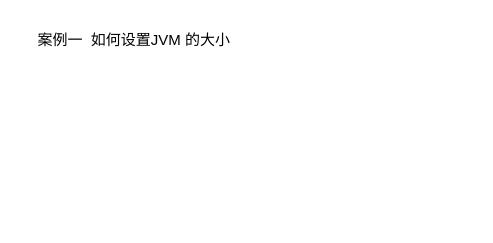
Earlier version of the draw.io diagram page "案例实战" (2 of 2) of JVM.drawio (topyuluo/photo-project). Source tidied: cells renumbered, new cells numbered last; positions are measured from the earlier drawing's top-left corner, leaving out a move shared by most shapes. Both pictures are drawn from the tidied source at 125%, with x=0, y=0 at pixel (21, 21).
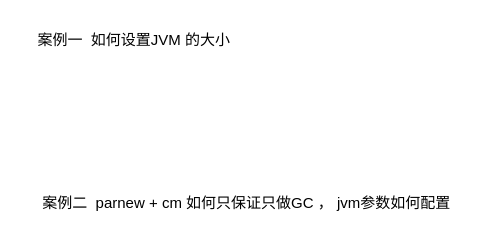
The same diagram, later.

Change to the diagram source:
```diff
@@
 <mxGraphModel>
   <root>
     <mxCell id="0" />
     <mxCell id="1" parent="0" />
     <mxCell id="2" value="案例一&amp;nbsp; 如何设置JVM 的大小" style="text;html=1;strokeColor=none;fillColor=none;align=center;verticalAlign=middle;whiteSpace=wrap;rounded=0;" parent="1" vertex="1">
       <mxGeometry width="180" height="30" as="geometry" />
     </mxCell>
+    <mxCell id="3" value="案例二&amp;nbsp; parnew + cm 如何只保证只做GC ， jvm参数如何配置" style="text;html=1;strokeColor=none;fillColor=none;align=center;verticalAlign=middle;whiteSpace=wrap;rounded=0;" parent="1" vertex="1">
+      <mxGeometry y="130" width="360" height="30" as="geometry" />
+    </mxCell>
   </root>
 </mxGraphModel>
```
